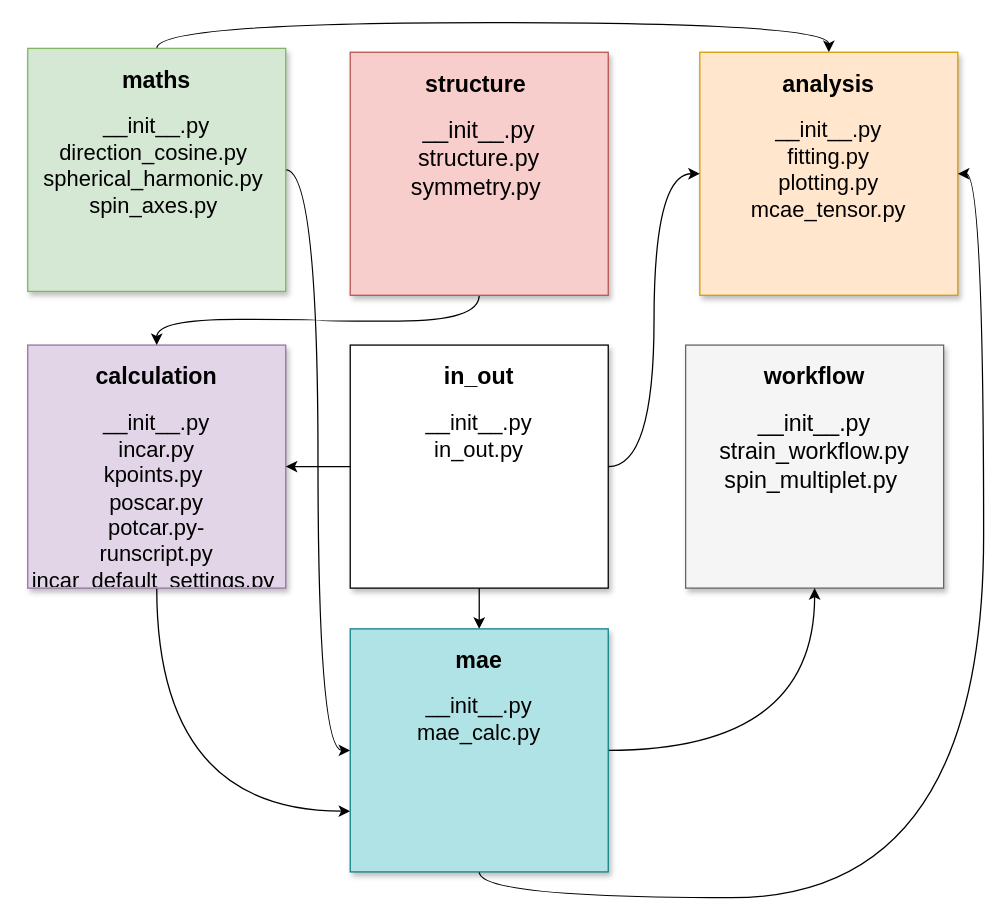
The draw.io diagram page "level 1 (magmango)" (1 of 15) of image/Magmango.drawio in nimalec/Magmango, before the edit. Source tidied: cells renumbered, new cells numbered last; positions are measured from the earlier drawing's top-left corner, leaving out a move shared by most shapes. Both pictures are drawn from the tidied source at 129%, with x=0, y=0 at pixel (27, 48).
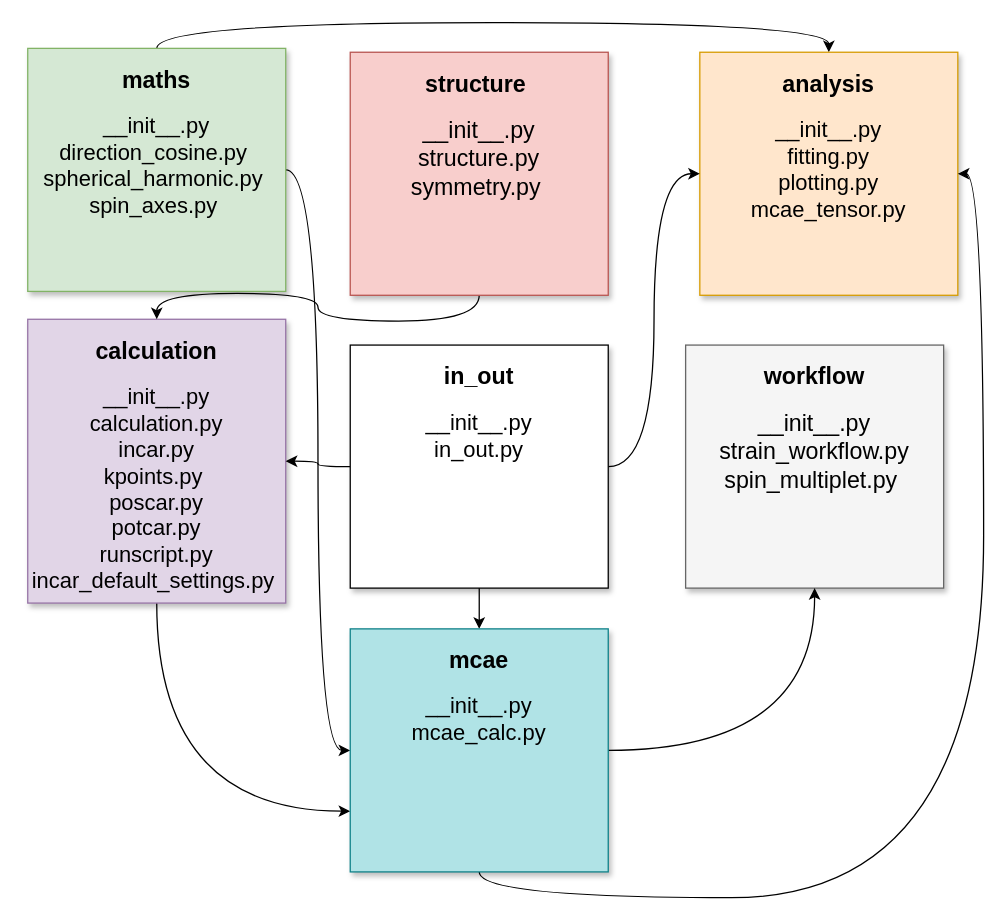
The same diagram, later.

What changed in the source:
```diff
@@
 <mxGraphModel background="#ffffff">
   <root>
     <mxCell id="0" />
     <mxCell id="1" parent="0" />
     <mxCell id="2" style="edgeStyle=orthogonalEdgeStyle;jettySize=auto;html=1;exitX=0.5;exitY=1;exitDx=0;exitDy=0;entryX=0;entryY=0.75;entryDx=0;entryDy=0;curved=1;" parent="1" edge="1" source="3" target="17">
       <mxGeometry relative="1" as="geometry" />
     </mxCell>
-    <mxCell id="3" value="&lt;h2&gt;&lt;font color=&quot;#000000&quot;&gt;calculation&lt;/font&gt;&lt;/h2&gt;&lt;div style=&quot;font-size: 17px&quot;&gt;&lt;font style=&quot;font-size: 17px&quot;&gt;&lt;span style=&quot;color: rgb(0 , 0 , 0)&quot;&gt;__init__.py&lt;/span&gt;&lt;font color=&quot;#000000&quot; style=&quot;font-size: 17px&quot;&gt;&lt;br&gt;&lt;/font&gt;&lt;/font&gt;&lt;/div&gt;&lt;div style=&quot;font-size: 17px&quot;&gt;&lt;font color=&quot;#000000&quot; style=&quot;font-size: 17px&quot;&gt;i&lt;font style=&quot;font-size: 17px&quot;&gt;ncar.py&lt;/font&gt;&lt;/font&gt;&lt;/div&gt;&lt;div style=&quot;font-size: 17px&quot;&gt;&lt;font color=&quot;#000000&quot; style=&quot;font-size: 17px&quot;&gt;kpoints.py&amp;nbsp;&lt;/font&gt;&lt;/div&gt;&lt;div style=&quot;font-size: 17px&quot;&gt;&lt;font color=&quot;#000000&quot; style=&quot;font-size: 17px&quot;&gt;poscar.py&lt;/font&gt;&lt;/div&gt;&lt;div style=&quot;font-size: 17px&quot;&gt;&lt;font color=&quot;#000000&quot; style=&quot;font-size: 17px&quot;&gt;potcar.py-&lt;/font&gt;&lt;/div&gt;&lt;div style=&quot;font-size: 17px&quot;&gt;&lt;font color=&quot;#000000&quot; style=&quot;font-size: 17px&quot;&gt;runscript.py&lt;/font&gt;&lt;/div&gt;&lt;div style=&quot;font-size: 17px&quot;&gt;&lt;font style=&quot;font-size: 17px&quot;&gt;&lt;font color=&quot;#000000&quot; style=&quot;font-size: 17px&quot;&gt;incar_default_settings.py&lt;/font&gt;&lt;font color=&quot;#000000&quot; style=&quot;font-size: 17px&quot;&gt;&amp;nbsp;&lt;/font&gt;&lt;/font&gt;&lt;/div&gt;&lt;div style=&quot;font-size: 17px&quot;&gt;&lt;font color=&quot;#000000&quot; style=&quot;font-size: 17px&quot;&gt;&lt;br&gt;&lt;/font&gt;&lt;/div&gt;" style="verticalAlign=top;align=center;overflow=fill;fontSize=12;fontFamily=Helvetica;html=1;strokeColor=#9673a6;shadow=1;fillColor=#e1d5e7;" parent="1" vertex="1">
-      <mxGeometry y="230" width="200" height="188.4" as="geometry" />
+    <mxCell id="3" value="&lt;h2&gt;&lt;font color=&quot;#000000&quot;&gt;calculation&lt;/font&gt;&lt;/h2&gt;&lt;div style=&quot;font-size: 17px&quot;&gt;&lt;font style=&quot;font-size: 17px&quot;&gt;&lt;span style=&quot;color: rgb(0 , 0 , 0)&quot;&gt;__init__.py&lt;/span&gt;&lt;font color=&quot;#000000&quot; style=&quot;font-size: 17px&quot;&gt;&lt;br&gt;&lt;/font&gt;&lt;/font&gt;&lt;/div&gt;&lt;div style=&quot;font-size: 17px&quot;&gt;&lt;font style=&quot;font-size: 17px&quot;&gt;&lt;span style=&quot;color: rgb(0 , 0 , 0)&quot;&gt;calculation.py&lt;/span&gt;&lt;/font&gt;&lt;/div&gt;&lt;div style=&quot;font-size: 17px&quot;&gt;&lt;font color=&quot;#000000&quot; style=&quot;font-size: 17px&quot;&gt;i&lt;font style=&quot;font-size: 17px&quot;&gt;ncar.py&lt;/font&gt;&lt;/font&gt;&lt;/div&gt;&lt;div style=&quot;font-size: 17px&quot;&gt;&lt;font color=&quot;#000000&quot; style=&quot;font-size: 17px&quot;&gt;kpoints.py&amp;nbsp;&lt;/font&gt;&lt;/div&gt;&lt;div style=&quot;font-size: 17px&quot;&gt;&lt;font color=&quot;#000000&quot; style=&quot;font-size: 17px&quot;&gt;poscar.py&lt;/font&gt;&lt;/div&gt;&lt;div style=&quot;font-size: 17px&quot;&gt;&lt;font color=&quot;#000000&quot; style=&quot;font-size: 17px&quot;&gt;potcar.py&lt;/font&gt;&lt;/div&gt;&lt;div style=&quot;font-size: 17px&quot;&gt;&lt;font color=&quot;#000000&quot; style=&quot;font-size: 17px&quot;&gt;runscript.py&lt;/font&gt;&lt;/div&gt;&lt;div style=&quot;font-size: 17px&quot;&gt;&lt;font style=&quot;font-size: 17px&quot;&gt;&lt;font color=&quot;#000000&quot; style=&quot;font-size: 17px&quot;&gt;incar_default_settings.py&lt;/font&gt;&lt;font color=&quot;#000000&quot; style=&quot;font-size: 17px&quot;&gt;&amp;nbsp;&lt;/font&gt;&lt;/font&gt;&lt;/div&gt;&lt;div style=&quot;font-size: 17px&quot;&gt;&lt;font color=&quot;#000000&quot; style=&quot;font-size: 17px&quot;&gt;&lt;br&gt;&lt;/font&gt;&lt;/div&gt;" style="verticalAlign=top;align=center;overflow=fill;fontSize=12;fontFamily=Helvetica;html=1;strokeColor=#9673a6;shadow=1;fillColor=#e1d5e7;" parent="1" vertex="1">
+      <mxGeometry y="210" width="200" height="220" as="geometry" />
     </mxCell>
     <mxCell id="4" style="edgeStyle=orthogonalEdgeStyle;jettySize=auto;html=1;exitX=1;exitY=0.5;exitDx=0;exitDy=0;entryX=0;entryY=0.5;entryDx=0;entryDy=0;curved=1;" parent="1" edge="1" source="6" target="17">
       <mxGeometry relative="1" as="geometry" />
     </mxCell>
     <mxCell id="5" style="edgeStyle=orthogonalEdgeStyle;jettySize=auto;html=1;exitX=0.5;exitY=0;exitDx=0;exitDy=0;entryX=0.5;entryY=0;entryDx=0;entryDy=0;curved=1;" parent="1" edge="1" source="6" target="7">
       <mxGeometry relative="1" as="geometry" />
     </mxCell>
     <mxCell id="6" value="&lt;h2&gt;&lt;font color=&quot;#000000&quot;&gt;maths&lt;/font&gt;&lt;/h2&gt;&lt;div style=&quot;font-size: 17px&quot;&gt;&lt;font color=&quot;#000000&quot; style=&quot;font-size: 17px&quot;&gt;__init__.py&lt;/font&gt;&lt;/div&gt;&lt;div style=&quot;font-size: 17px&quot;&gt;&lt;font color=&quot;#000000&quot; style=&quot;font-size: 17px&quot;&gt;direction_cosine.py&amp;nbsp;&lt;/font&gt;&lt;/div&gt;&lt;div style=&quot;font-size: 17px&quot;&gt;&lt;font color=&quot;#000000&quot; style=&quot;font-size: 17px&quot;&gt;spherical_harmonic.py&amp;nbsp;&lt;/font&gt;&lt;/div&gt;&lt;div style=&quot;font-size: 17px&quot;&gt;&lt;font color=&quot;#000000&quot; style=&quot;font-size: 17px&quot;&gt;spin_axes.py&lt;/font&gt;&lt;font color=&quot;#000000&quot; style=&quot;font-size: 16px&quot;&gt;&amp;nbsp;&lt;/font&gt;&lt;/div&gt;" style="verticalAlign=top;align=center;overflow=fill;fontSize=12;fontFamily=Helvetica;html=1;strokeColor=#82b366;shadow=1;fillColor=#d5e8d4;" parent="1" vertex="1">
       <mxGeometry width="200" height="188.4" as="geometry" />
     </mxCell>
     <mxCell id="7" value="&lt;h2&gt;&lt;font color=&quot;#000000&quot;&gt;analysis&lt;/font&gt;&lt;/h2&gt;&lt;div&gt;&lt;span style=&quot;color: rgb(0 , 0 , 0) ; font-size: 17px&quot;&gt;__init__.py&lt;/span&gt;&lt;br&gt;&lt;/div&gt;&lt;div&gt;&lt;div style=&quot;font-size: 17px&quot;&gt;&lt;font color=&quot;#000000&quot;&gt;fitting.py&lt;/font&gt;&lt;/div&gt;&lt;div style=&quot;font-size: 17px&quot;&gt;&lt;font color=&quot;#000000&quot;&gt;plotting.py&lt;/font&gt;&lt;/div&gt;&lt;div style=&quot;font-size: 17px&quot;&gt;&lt;font color=&quot;#000000&quot;&gt;mcae_tensor.py&lt;/font&gt;&lt;/div&gt;&lt;div style=&quot;font-size: 17px&quot;&gt;&lt;font color=&quot;#000000&quot;&gt;&amp;nbsp;&lt;/font&gt;&lt;/div&gt;&lt;/div&gt;" style="verticalAlign=top;align=center;overflow=fill;fontSize=12;fontFamily=Helvetica;html=1;strokeColor=#d79b00;shadow=1;fillColor=#ffe6cc;" parent="1" vertex="1">
       <mxGeometry x="521" y="3" width="200" height="188.4" as="geometry" />
     </mxCell>
     <mxCell id="8" style="edgeStyle=orthogonalEdgeStyle;jettySize=auto;html=1;exitX=0.5;exitY=1;exitDx=0;exitDy=0;curved=1;" parent="1" edge="1" source="9" target="3">
       <mxGeometry relative="1" as="geometry" />
     </mxCell>
     <mxCell id="9" value="&lt;h2&gt;&lt;font color=&quot;#000000&quot;&gt;structure&amp;nbsp;&lt;/font&gt;&lt;/h2&gt;&lt;div style=&quot;font-size: 18px&quot;&gt;&lt;font color=&quot;#000000&quot;&gt;__init__.py&lt;/font&gt;&lt;/div&gt;&lt;div style=&quot;font-size: 18px&quot;&gt;&lt;font color=&quot;#000000&quot;&gt;structure.py&lt;/font&gt;&lt;/div&gt;&lt;div style=&quot;font-size: 18px&quot;&gt;&lt;font color=&quot;#000000&quot; style=&quot;font-size: 18px&quot;&gt;symmetry.py&lt;/font&gt;&lt;font color=&quot;#000000&quot; style=&quot;font-size: 16px&quot;&gt;&amp;nbsp;&lt;/font&gt;&lt;/div&gt;" style="verticalAlign=top;align=center;overflow=fill;fontSize=12;fontFamily=Helvetica;html=1;strokeColor=#b85450;shadow=1;fillColor=#f8cecc;" parent="1" vertex="1">
       <mxGeometry x="250" y="3" width="200" height="188.4" as="geometry" />
     </mxCell>
     <mxCell id="10" style="edgeStyle=orthogonalEdgeStyle;jettySize=auto;html=1;exitX=0;exitY=0.5;exitDx=0;exitDy=0;entryX=1;entryY=0.5;entryDx=0;entryDy=0;curved=1;" parent="1" edge="1" source="13" target="3">
       <mxGeometry relative="1" as="geometry" />
     </mxCell>
     <mxCell id="11" style="edgeStyle=orthogonalEdgeStyle;jettySize=auto;html=1;exitX=0.5;exitY=1;exitDx=0;exitDy=0;entryX=0.5;entryY=0;entryDx=0;entryDy=0;curved=1;" parent="1" edge="1" source="13" target="17">
       <mxGeometry relative="1" as="geometry" />
     </mxCell>
     <mxCell id="12" style="edgeStyle=orthogonalEdgeStyle;jettySize=auto;html=1;exitX=1;exitY=0.5;exitDx=0;exitDy=0;entryX=0;entryY=0.5;entryDx=0;entryDy=0;curved=1;" parent="1" edge="1" source="13" target="7">
       <mxGeometry relative="1" as="geometry" />
     </mxCell>
     <mxCell id="13" value="&lt;h2&gt;&lt;font color=&quot;#000000&quot;&gt;in_out&lt;/font&gt;&lt;/h2&gt;&lt;div&gt;&lt;div style=&quot;font-size: 17px&quot;&gt;&lt;span style=&quot;color: rgb(0 , 0 , 0)&quot;&gt;__init__.py&lt;/span&gt;&lt;font color=&quot;#000000&quot;&gt;&lt;br&gt;&lt;/font&gt;&lt;/div&gt;&lt;div style=&quot;font-size: 17px&quot;&gt;&lt;font color=&quot;#000000&quot;&gt;in_out.py&lt;/font&gt;&lt;/div&gt;&lt;div style=&quot;font-size: 17px&quot;&gt;&lt;br&gt;&lt;/div&gt;&lt;/div&gt;" style="verticalAlign=top;align=center;overflow=fill;fontSize=12;fontFamily=Helvetica;html=1;shadow=1;" parent="1" vertex="1">
       <mxGeometry x="250" y="230" width="200" height="188.4" as="geometry" />
     </mxCell>
     <mxCell id="14" value="&lt;h2&gt;&lt;font color=&quot;#000000&quot;&gt;workflow&lt;/font&gt;&lt;/h2&gt;&lt;div style=&quot;font-size: 18px&quot;&gt;&lt;font color=&quot;#000000&quot; style=&quot;font-size: 18px&quot;&gt;__init__.py&lt;/font&gt;&lt;/div&gt;&lt;div style=&quot;font-size: 18px&quot;&gt;&lt;font color=&quot;#000000&quot; style=&quot;font-size: 18px&quot;&gt;strain_workflow.py&lt;/font&gt;&lt;/div&gt;&lt;div style=&quot;font-size: 18px&quot;&gt;&lt;font color=&quot;#000000&quot; style=&quot;font-size: 18px&quot;&gt;spin_multiplet.py&amp;nbsp;&lt;/font&gt;&lt;/div&gt;&lt;div style=&quot;font-size: 18px&quot;&gt;&lt;span style=&quot;font-size: 16px ; color: rgb(0 , 0 , 0)&quot;&gt;&amp;nbsp;&lt;/span&gt;&lt;br&gt;&lt;/div&gt;" style="verticalAlign=top;align=center;overflow=fill;fontSize=12;fontFamily=Helvetica;html=1;strokeColor=#666666;shadow=1;fillColor=#f5f5f5;fontColor=#333333;" parent="1" vertex="1">
       <mxGeometry x="510" y="230" width="200" height="188.4" as="geometry" />
     </mxCell>
     <mxCell id="15" style="edgeStyle=orthogonalEdgeStyle;jettySize=auto;html=1;exitX=1;exitY=0.5;exitDx=0;exitDy=0;entryX=0.5;entryY=1;entryDx=0;entryDy=0;curved=1;" parent="1" edge="1" source="17" target="14">
       <mxGeometry relative="1" as="geometry" />
     </mxCell>
     <mxCell id="16" style="edgeStyle=orthogonalEdgeStyle;jettySize=auto;html=1;exitX=0.5;exitY=1;exitDx=0;exitDy=0;entryX=1;entryY=0.5;entryDx=0;entryDy=0;curved=1;" parent="1" edge="1" source="17" target="7">
       <mxGeometry relative="1" as="geometry" />
     </mxCell>
-    <mxCell id="17" value="&lt;h2&gt;&lt;font color=&quot;#000000&quot;&gt;mae&lt;/font&gt;&lt;/h2&gt;&lt;div&gt;&lt;div style=&quot;font-size: 17px&quot;&gt;&lt;span style=&quot;color: rgb(0 , 0 , 0)&quot;&gt;__init__.py&lt;/span&gt;&lt;font color=&quot;#000000&quot;&gt;&lt;br&gt;&lt;/font&gt;&lt;/div&gt;&lt;div style=&quot;font-size: 17px&quot;&gt;&lt;font color=&quot;#000000&quot;&gt;mae_calc.py&lt;/font&gt;&lt;/div&gt;&lt;div style=&quot;font-size: 17px&quot;&gt;&lt;br&gt;&lt;/div&gt;&lt;/div&gt;" style="verticalAlign=top;align=center;overflow=fill;fontSize=12;fontFamily=Helvetica;html=1;strokeColor=#0e8088;shadow=1;fillColor=#b0e3e6;" parent="1" vertex="1">
+    <mxCell id="17" value="&lt;h2&gt;&lt;font color=&quot;#000000&quot;&gt;mcae&lt;/font&gt;&lt;/h2&gt;&lt;div&gt;&lt;div style=&quot;font-size: 17px&quot;&gt;&lt;span style=&quot;color: rgb(0 , 0 , 0)&quot;&gt;__init__.py&lt;/span&gt;&lt;font color=&quot;#000000&quot;&gt;&lt;br&gt;&lt;/font&gt;&lt;/div&gt;&lt;div style=&quot;font-size: 17px&quot;&gt;&lt;font color=&quot;#000000&quot;&gt;mcae_calc.py&lt;/font&gt;&lt;/div&gt;&lt;div style=&quot;font-size: 17px&quot;&gt;&lt;br&gt;&lt;/div&gt;&lt;/div&gt;" style="verticalAlign=top;align=center;overflow=fill;fontSize=12;fontFamily=Helvetica;html=1;strokeColor=#0e8088;shadow=1;fillColor=#b0e3e6;" parent="1" vertex="1">
       <mxGeometry x="250" y="450" width="200" height="188.4" as="geometry" />
     </mxCell>
   </root>
 </mxGraphModel>
```
